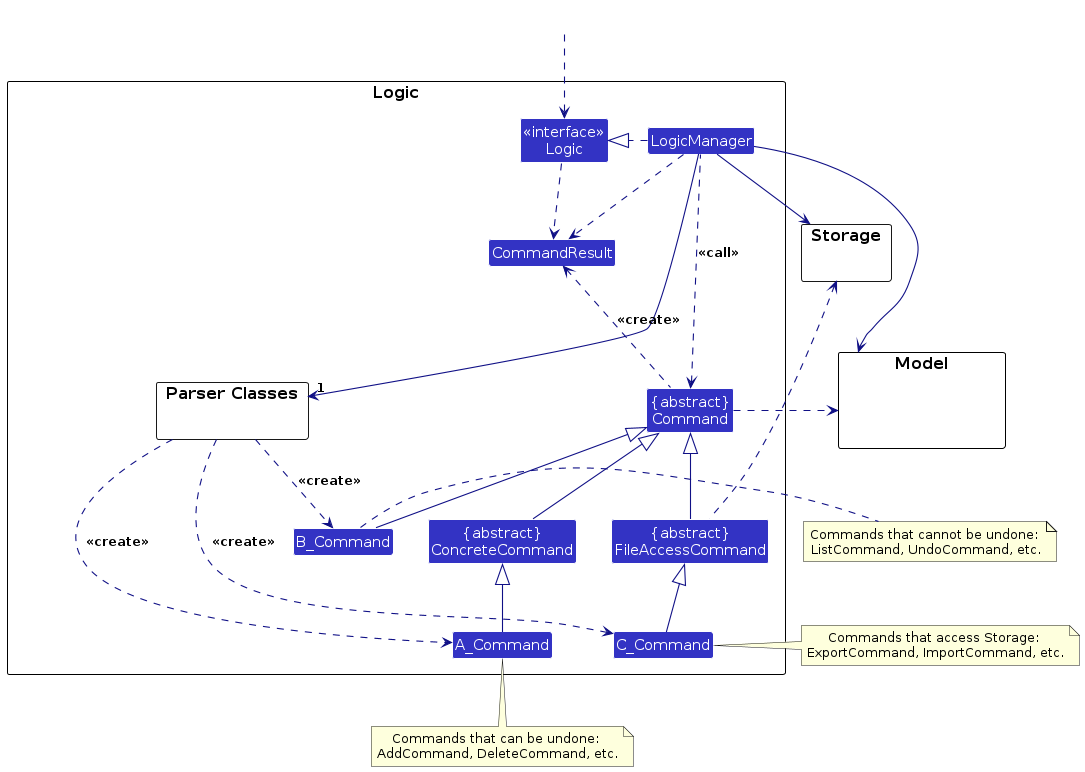
Earlier version of the PlantUML export diagrams/LogicClassDiagram.png (charlesliyifeng/tp). Its source is kept beside it as diagrams/LogicClassDiagram.puml.
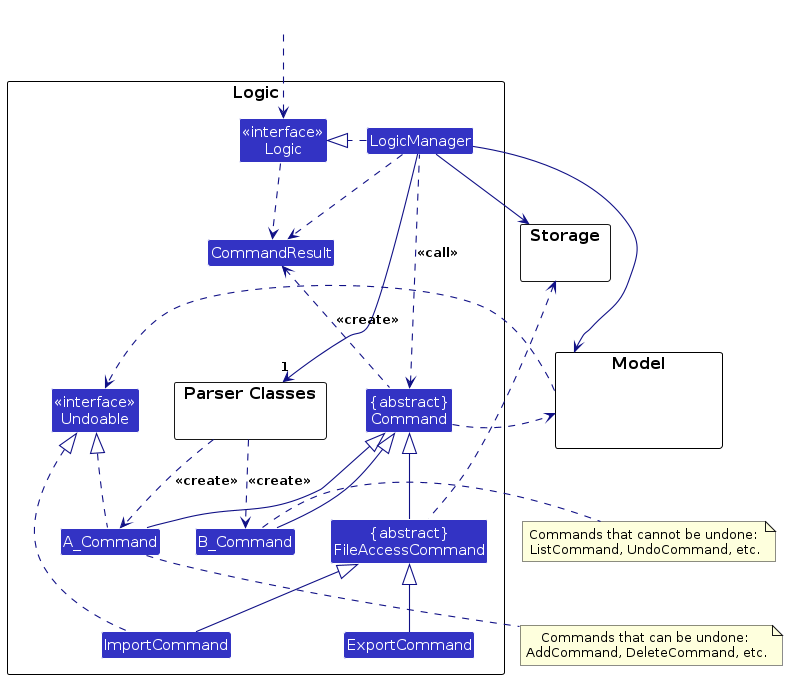
Above is the later version.

The edit, as a diff of the source:
```diff
@@ -10,10 +10,11 @@
 }
 Class A_Command
 Class B_Command
-Class C_Command
+Class ImportCommand
+Class ExportCommand
 Class CommandResult
 Class "{abstract}\nCommand" as Command
-Class "{abstract}\nConcreteCommand" as ConcreteCommand
+Class "<<interface>>\nUndoable" as Undoable
 Class "{abstract}\nFileAccessCommand" as FileAccessCommand
 
 
@@ -35,14 +36,14 @@
 LogicManager -right->"1" ParserClasses
 ParserClasses ..> A_Command : <<create>>
 ParserClasses ..> B_Command : <<create>>
-ParserClasses ..> C_Command : <<create>>
 
-ConcreteCommand -up-|> Command
 FileAccessCommand -up-|> Command
-A_Command -up-|> ConcreteCommand
+A_Command .up.|> Undoable
+A_Command -up-|> Command
 B_Command -up-|> Command
-C_Command -up-|> FileAccessCommand
-A_Command .[hidden]right.> C_Command
+ExportCommand -up-|> FileAccessCommand
+ImportCommand -up-|> FileAccessCommand
+ImportCommand .up.|> Undoable
 LogicManager .left.> Command : <<call>>
 
 LogicManager --> Model
@@ -51,10 +52,9 @@
 Storage --[hidden] Model
 Command .[hidden]up.> Storage
 Command .right.> Model
+Model ..> Undoable
 note bottom of A_Command: Commands that can be undone: \nAddCommand, DeleteCommand, etc.
 note right of B_Command: Commands that cannot be undone: \nListCommand, UndoCommand, etc.
-note right of C_Command: Commands that access Storage: \nExportCommand, ImportCommand, etc.
-
 
 Logic ..> CommandResult
 LogicManager .down.> CommandResult
```
